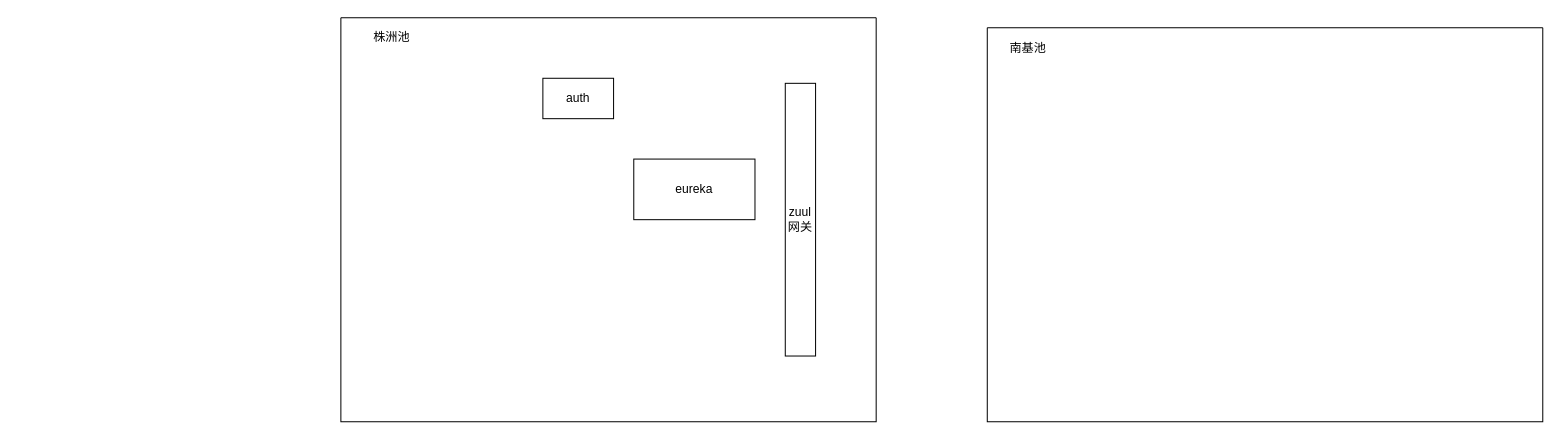
Earlier version of the draw.io diagram Untitled Diagram.drawio (jf-ein/design-draw). Source tidied: cells renumbered, new cells numbered last; positions are measured from the earlier drawing's top-left corner, leaving out a move shared by most shapes. Both pictures are drawn from the tidied source at 101%, with x=0, y=0 at pixel (340, 17).
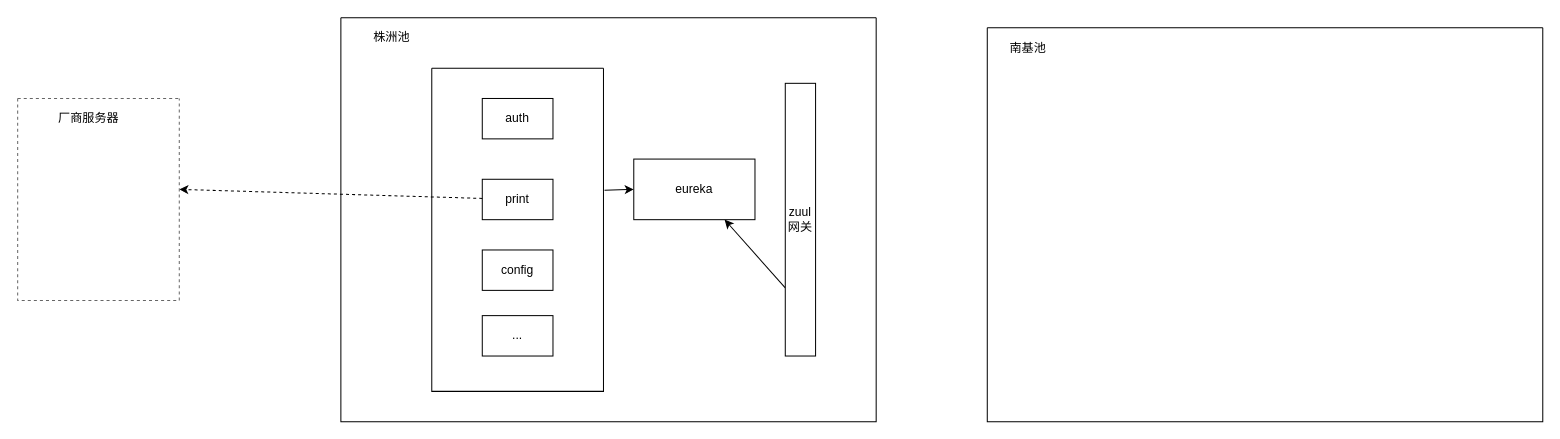
After the change.

Commit message:
株洲池滚动更新

Diff of the diagram source:
```diff
@@
 <mxGraphModel>
   <root>
     <mxCell id="0" />
     <mxCell id="1" parent="0" />
     <mxCell id="2" style="swimlane;startSize=0;" parent="1" vertex="1">
       <mxGeometry width="530" height="400" as="geometry" />
     </mxCell>
     <mxCell id="3" value="eureka" style="rounded=0;whiteSpace=wrap;html=1;" parent="2" vertex="1">
       <mxGeometry x="290" y="140" width="120" height="60" as="geometry" />
     </mxCell>
+    <mxCell id="9" style="rounded=0;jettySize=auto;html=1;exitX=0;exitY=0.75;exitDx=0;exitDy=0;entryX=0.75;entryY=1;entryDx=0;entryDy=0;" parent="2" edge="1" source="4" target="3">
+      <mxGeometry relative="1" as="geometry" />
+    </mxCell>
     <mxCell id="4" value="zuul网关" style="rounded=0;whiteSpace=wrap;html=1;" parent="2" vertex="1">
       <mxGeometry x="440" y="65" width="30" height="270" as="geometry" />
     </mxCell>
+    <mxCell id="10" style="edgeStyle=none;rounded=0;jettySize=auto;html=1;exitX=1.006;exitY=0.378;exitDx=0;exitDy=0;entryX=0;entryY=0.5;entryDx=0;entryDy=0;exitPerimeter=0;" parent="2" edge="1" source="14" target="3">
+      <mxGeometry relative="1" as="geometry" />
+    </mxCell>
     <mxCell id="5" value="auth" style="rounded=0;whiteSpace=wrap;html=1;" parent="2" vertex="1">
-      <mxGeometry x="200" y="60" width="70" height="40" as="geometry" />
+      <mxGeometry x="140" y="80" width="70" height="40" as="geometry" />
     </mxCell>
+    <mxCell id="11" value="print" style="rounded=0;whiteSpace=wrap;html=1;" parent="2" vertex="1">
+      <mxGeometry x="140" y="160" width="70" height="40" as="geometry" />
+    </mxCell>
+    <mxCell id="12" value="config" style="rounded=0;whiteSpace=wrap;html=1;" parent="2" vertex="1">
+      <mxGeometry x="140" y="230" width="70" height="40" as="geometry" />
+    </mxCell>
+    <mxCell id="13" value="..." style="rounded=0;whiteSpace=wrap;html=1;" parent="2" vertex="1">
+      <mxGeometry x="140" y="295" width="70" height="40" as="geometry" />
+    </mxCell>
+    <mxCell id="14" style="swimlane;startSize=0;" parent="2" vertex="1">
+      <mxGeometry x="90" y="50" width="170" height="320" as="geometry" />
+    </mxCell>
     <mxCell id="6" style="swimlane;startSize=0;" parent="1" vertex="1">
       <mxGeometry x="640" y="10" width="550" height="390" as="geometry" />
     </mxCell>
     <mxCell id="7" value="株洲池" style="text;html=1;align=center;verticalAlign=middle;strokeColor=none;fillColor=none;" parent="1" vertex="1">
       <mxGeometry x="20" y="5" width="60" height="30" as="geometry" />
     </mxCell>
     <mxCell id="8" value="南基池" style="text;html=1;align=center;verticalAlign=middle;strokeColor=none;fillColor=none;" parent="1" vertex="1">
       <mxGeometry x="650" y="15" width="60" height="30" as="geometry" />
     </mxCell>
+    <mxCell id="15" style="edgeStyle=none;rounded=0;jettySize=auto;html=1;dashed=1;" parent="1" edge="1" source="11">
+      <mxGeometry relative="1" as="geometry">
+        <mxPoint x="-160" y="170" as="targetPoint" />
+      </mxGeometry>
+    </mxCell>
+    <mxCell id="16" style="swimlane;startSize=0;dashed=1;fillColor=#f5f5f5;fontColor=#333333;strokeColor=#666666;gradientColor=none;" parent="1" vertex="1">
+      <mxGeometry x="-320" y="80" width="160" height="200" as="geometry" />
+    </mxCell>
+    <mxCell id="17" value="厂商服务器" style="text;html=1;align=center;verticalAlign=middle;strokeColor=none;fillColor=none;" parent="16" vertex="1">
+      <mxGeometry x="30" y="5" width="80" height="30" as="geometry" />
+    </mxCell>
   </root>
 </mxGraphModel>
```
